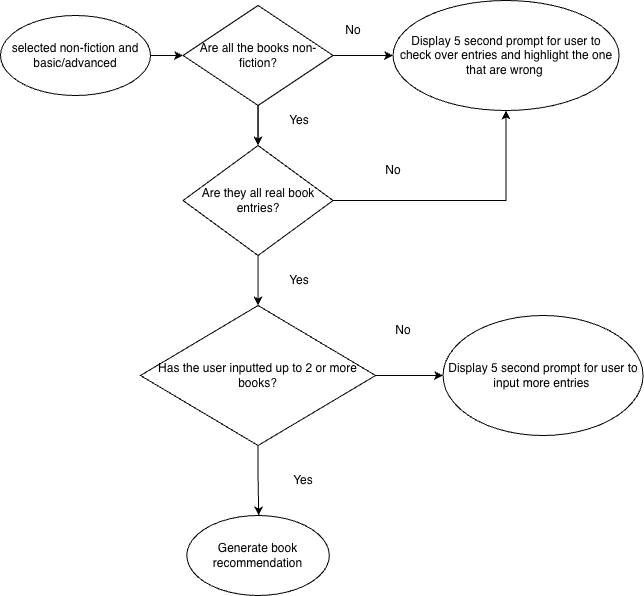
The draw.io diagram images/bookseeker/non-fiction-edge-cases.png in milajo2/portfolio, before a commit. Source tidied: cells renumbered, new cells last; positions are measured from the earlier drawing's top-left corner, leaving out a move shared by most shapes.
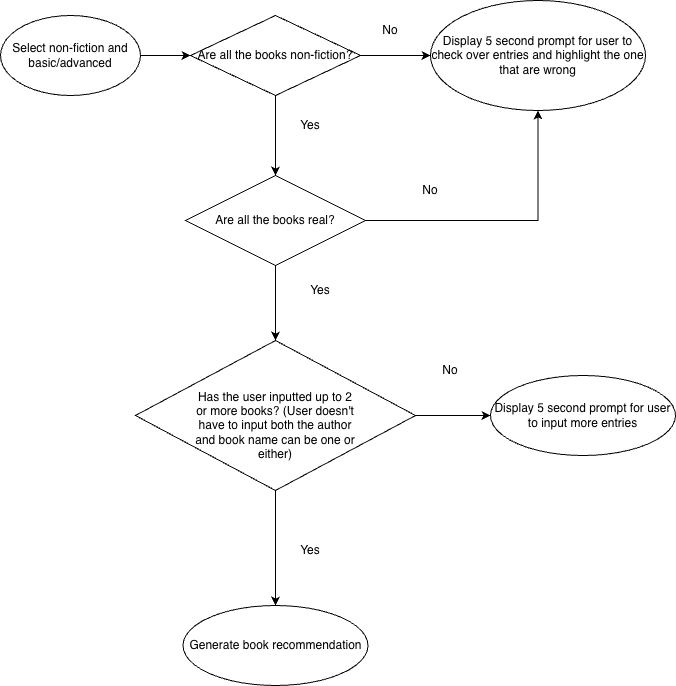
After the change.

Change to the diagram source:
```diff
@@ -2,72 +2,71 @@
   <root>
     <mxCell id="0" />
     <mxCell id="1" parent="0" />
-    <mxCell id="2" style="edgeStyle=orthogonalEdgeStyle;rounded=0;jettySize=auto;html=1;entryX=0;entryY=0.5;entryDx=0;entryDy=0;" parent="1" edge="1" source="3" target="7">
-      <mxGeometry relative="1" as="geometry" />
-    </mxCell>
-    <mxCell id="3" value="selected non-fiction and basic/advanced" style="ellipse;whiteSpace=wrap;html=1;" parent="1" vertex="1">
-      <mxGeometry y="15" width="150" height="80" as="geometry" />
-    </mxCell>
+    <mxCell id="23" style="edgeStyle=orthogonalEdgeStyle;rounded=0;jettySize=auto;html=1;" parent="1" edge="1" source="24" target="7">
+      <mxGeometry relative="1" as="geometry" />
+    </mxCell>
+    <mxCell id="24" value="Select non-fiction and basic/advanced" style="ellipse;whiteSpace=wrap;html=1;" parent="1" vertex="1">
+      <mxGeometry x="-30" y="-20" width="140" height="80" as="geometry" />
+    </mxCell>
+    <mxCell id="25" style="edgeStyle=orthogonalEdgeStyle;rounded=0;jettySize=auto;html=1;" parent="1" edge="1" source="7" target="28">
+      <mxGeometry relative="1" as="geometry" />
+    </mxCell>
     <mxCell id="4" style="edgeStyle=orthogonalEdgeStyle;rounded=0;jettySize=auto;html=1;" parent="1" edge="1" source="7" target="8">
       <mxGeometry relative="1" as="geometry" />
     </mxCell>
-    <mxCell id="5" style="edgeStyle=orthogonalEdgeStyle;rounded=0;jettySize=auto;html=1;" parent="1" edge="1" source="7">
-      <mxGeometry relative="1" as="geometry">
-        <mxPoint x="257.6" y="145" as="targetPoint" />
-      </mxGeometry>
-    </mxCell>
-    <mxCell id="6" style="edgeStyle=orthogonalEdgeStyle;rounded=0;jettySize=auto;html=1;" parent="1" edge="1" source="7" target="13">
-      <mxGeometry relative="1" as="geometry" />
-    </mxCell>
     <mxCell id="7" value="Are all the books non-fiction?" style="rhombus;whiteSpace=wrap;html=1;" parent="1" vertex="1">
-      <mxGeometry x="182.6" y="5" width="150" height="100" as="geometry" />
+      <mxGeometry x="160" y="-20" width="170" height="80" as="geometry" />
     </mxCell>
+    <mxCell id="26" style="edgeStyle=orthogonalEdgeStyle;rounded=0;jettySize=auto;html=1;" parent="1" edge="1" source="28" target="31">
+      <mxGeometry relative="1" as="geometry" />
+    </mxCell>
+    <mxCell id="27" style="edgeStyle=orthogonalEdgeStyle;rounded=0;jettySize=auto;html=1;" parent="1" edge="1" source="28" target="8">
+      <mxGeometry relative="1" as="geometry" />
+    </mxCell>
+    <mxCell id="28" value="Are all the books real?" style="rhombus;whiteSpace=wrap;html=1;" parent="1" vertex="1">
+      <mxGeometry x="155" y="140" width="180" height="90" as="geometry" />
+    </mxCell>
+    <mxCell id="29" style="edgeStyle=orthogonalEdgeStyle;rounded=0;jettySize=auto;html=1;" parent="1" edge="1" source="31" target="19">
+      <mxGeometry relative="1" as="geometry" />
+    </mxCell>
+    <mxCell id="30" style="edgeStyle=orthogonalEdgeStyle;rounded=0;jettySize=auto;html=1;" parent="1" edge="1" source="31" target="20">
+      <mxGeometry relative="1" as="geometry" />
+    </mxCell>
+    <mxCell id="31" style="rhombus;whiteSpace=wrap;html=1;" parent="1" vertex="1">
+      <mxGeometry x="105" y="305" width="280" height="150" as="geometry" />
+    </mxCell>
+    <mxCell id="32" value="Has the user inputted up to 2 or more books? (User doesn't have to input both the author and book name can be one or either)" style="text;html=1;whiteSpace=wrap;strokeColor=none;fillColor=none;align=center;verticalAlign=middle;rounded=0;" parent="1" vertex="1">
+      <mxGeometry x="162" y="380" width="166" height="20" as="geometry" />
+    </mxCell>
+    <mxCell id="33" style="edgeStyle=orthogonalEdgeStyle;rounded=0;orthogonalLoop=1;jettySize=auto;html=1;exitX=0.5;exitY=1;exitDx=0;exitDy=0;" parent="1" edge="1" source="32" target="32">
+      <mxGeometry relative="1" as="geometry" />
+    </mxCell>
-    <mxCell id="8" value="Display 5 second prompt for user to check over entries and highlight the one that are wrong&amp;nbsp;" style="ellipse;whiteSpace=wrap;html=1;" parent="1" vertex="1">
-      <mxGeometry x="392.6" width="226" height="110" as="geometry" />
+    <mxCell id="8" value="Display 5 second prompt for user to check over entries and highlight the one that are wrong" style="ellipse;whiteSpace=wrap;html=1;" parent="1" vertex="1">
+      <mxGeometry x="400" y="-35" width="215" height="110" as="geometry" />
     </mxCell>
-    <mxCell id="9" value="No" style="text;html=1;whiteSpace=wrap;strokeColor=none;fillColor=none;align=center;verticalAlign=middle;rounded=0;" parent="1" vertex="1">
-      <mxGeometry x="322.6" y="15" width="60" height="30" as="geometry" />
-    </mxCell>
-    <mxCell id="10" value="Yes" style="text;html=1;whiteSpace=wrap;strokeColor=none;fillColor=none;align=center;verticalAlign=middle;rounded=0;" parent="1" vertex="1">
-      <mxGeometry x="268.8" y="105" width="60" height="30" as="geometry" />
-    </mxCell>
-    <mxCell id="11" style="edgeStyle=orthogonalEdgeStyle;rounded=0;jettySize=auto;html=1;entryX=0.5;entryY=1;entryDx=0;entryDy=0;" parent="1" edge="1" source="13" target="8">
-      <mxGeometry relative="1" as="geometry" />
-    </mxCell>
-    <mxCell id="12" style="edgeStyle=orthogonalEdgeStyle;rounded=0;jettySize=auto;html=1;entryX=0.5;entryY=0;entryDx=0;entryDy=0;" parent="1" edge="1" source="13" target="18">
-      <mxGeometry relative="1" as="geometry" />
-    </mxCell>
-    <mxCell id="13" value="Are they all real book entries?" style="rhombus;whiteSpace=wrap;html=1;" parent="1" vertex="1">
-      <mxGeometry x="182.6" y="145" width="150" height="110" as="geometry" />
-    </mxCell>
-    <mxCell id="14" value="No" style="text;html=1;whiteSpace=wrap;strokeColor=none;fillColor=none;align=center;verticalAlign=middle;rounded=0;" parent="1" vertex="1">
-      <mxGeometry x="362.6" y="155" width="60" height="30" as="geometry" />
-    </mxCell>
-    <mxCell id="15" value="Yes" style="text;html=1;whiteSpace=wrap;strokeColor=none;fillColor=none;align=center;verticalAlign=middle;rounded=0;" parent="1" vertex="1">
-      <mxGeometry x="268.8" y="265" width="60" height="30" as="geometry" />
-    </mxCell>
-    <mxCell id="16" style="edgeStyle=orthogonalEdgeStyle;rounded=0;jettySize=auto;html=1;exitX=1;exitY=0.5;exitDx=0;exitDy=0;entryX=0;entryY=0.5;entryDx=0;entryDy=0;" parent="1" edge="1" source="18" target="19">
-      <mxGeometry relative="1" as="geometry" />
-    </mxCell>
-    <mxCell id="17" style="edgeStyle=orthogonalEdgeStyle;rounded=0;jettySize=auto;html=1;exitX=0.5;exitY=1;exitDx=0;exitDy=0;" parent="1" edge="1" source="18">
-      <mxGeometry relative="1" as="geometry">
-        <mxPoint x="258.2" y="515" as="targetPoint" />
-      </mxGeometry>
-    </mxCell>
-    <mxCell id="18" value="Has the user inputted up to 2 or more books?" style="rhombus;whiteSpace=wrap;html=1;" parent="1" vertex="1">
-      <mxGeometry x="140" y="305" width="235.1" height="140" as="geometry" />
-    </mxCell>
-    <mxCell id="19" value="Display 5 second prompt for user to input more entries&amp;nbsp;" style="ellipse;whiteSpace=wrap;html=1;" parent="1" vertex="1">
-      <mxGeometry x="442.6" y="315" width="200" height="120" as="geometry" />
+    <mxCell id="19" value="Display 5 second prompt for user to input more entries" style="ellipse;whiteSpace=wrap;html=1;" parent="1" vertex="1">
+      <mxGeometry x="460" y="340" width="185" height="80" as="geometry" />
     </mxCell>
     <mxCell id="20" value="Generate book recommendation" style="ellipse;whiteSpace=wrap;html=1;" parent="1" vertex="1">
-      <mxGeometry x="186.3" y="515" width="142.5" height="80" as="geometry" />
+      <mxGeometry x="152.5" y="570" width="185" height="80" as="geometry" />
     </mxCell>
-    <mxCell id="21" value="No" style="text;html=1;whiteSpace=wrap;strokeColor=none;fillColor=none;align=center;verticalAlign=middle;rounded=0;" parent="1" vertex="1">
-      <mxGeometry x="372.6" y="315" width="60" height="30" as="geometry" />
-    </mxCell>
-    <mxCell id="22" value="Yes" style="text;html=1;whiteSpace=wrap;strokeColor=none;fillColor=none;align=center;verticalAlign=middle;rounded=0;" parent="1" vertex="1">
-      <mxGeometry x="272.6" y="465" width="60" height="30" as="geometry" />
-    </mxCell>
+    <mxCell id="34" value="Yes" style="text;html=1;whiteSpace=wrap;strokeColor=none;fillColor=none;align=center;verticalAlign=middle;rounded=0;" parent="1" vertex="1">
+      <mxGeometry x="250" y="75" width="60" height="30" as="geometry" />
+    </mxCell>
+    <mxCell id="35" value="Yes" style="text;html=1;whiteSpace=wrap;strokeColor=none;fillColor=none;align=center;verticalAlign=middle;rounded=0;" parent="1" vertex="1">
+      <mxGeometry x="260" y="240" width="60" height="30" as="geometry" />
+    </mxCell>
+    <mxCell id="36" value="Yes" style="text;html=1;whiteSpace=wrap;strokeColor=none;fillColor=none;align=center;verticalAlign=middle;rounded=0;" parent="1" vertex="1">
+      <mxGeometry x="250" y="500" width="60" height="30" as="geometry" />
+    </mxCell>
+    <mxCell id="37" value="No" style="text;html=1;whiteSpace=wrap;strokeColor=none;fillColor=none;align=center;verticalAlign=middle;rounded=0;" parent="1" vertex="1">
+      <mxGeometry x="390" y="320" width="60" height="30" as="geometry" />
+    </mxCell>
+    <mxCell id="38" value="No" style="text;html=1;whiteSpace=wrap;strokeColor=none;fillColor=none;align=center;verticalAlign=middle;rounded=0;" parent="1" vertex="1">
+      <mxGeometry x="370" y="140" width="60" height="30" as="geometry" />
+    </mxCell>
+    <mxCell id="39" value="No" style="text;html=1;whiteSpace=wrap;strokeColor=none;fillColor=none;align=center;verticalAlign=middle;rounded=0;" parent="1" vertex="1">
+      <mxGeometry x="330" y="-20" width="60" height="30" as="geometry" />
+    </mxCell>
   </root>
 </mxGraphModel>
```
